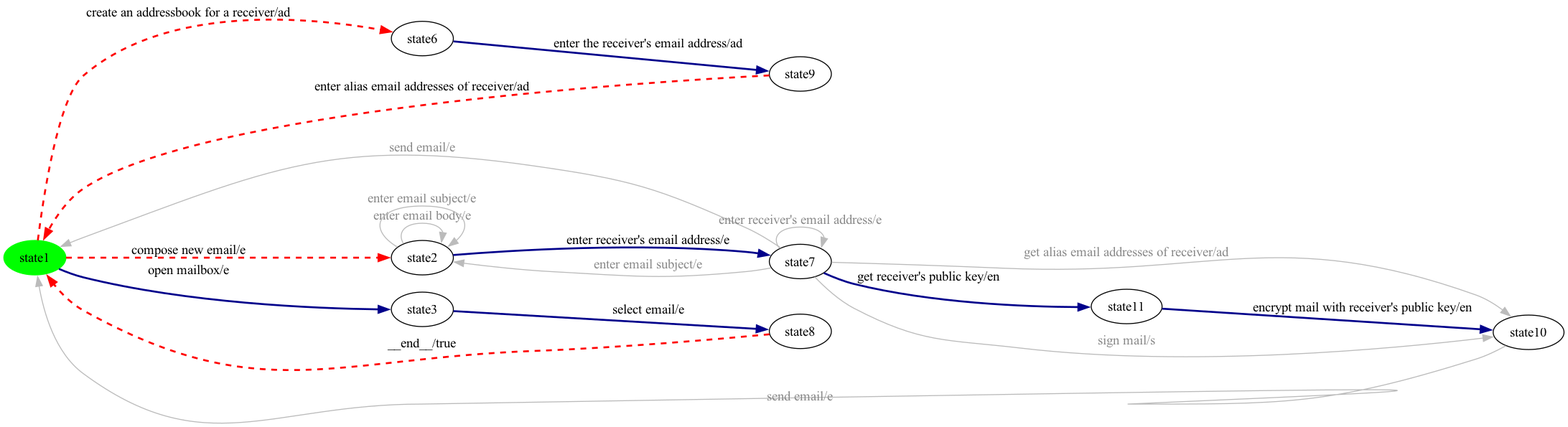
Before: milestone-reports/per-product-all-states/eMail/eMail-product21-walk.png, a diagram exported from Graphviz (dilekozturk93/vibes). Its source is kept beside it as milestone-reports/per-product-all-states/eMail/eMail-product21-walk.dot. The source it was exported from:
```dot
digraph G {
rankdir=LR;
state0[ label = "state1", style=filled, color=green ];
state1 [ label = "state9" ];
state2 [ label = "state6" ];
state3 [ label = "state11" ];
state4 [ label = "state8" ];
state5 [ label = "state7" ];
state6 [ label = "state10" ];
state7 [ label = "state2" ];
state8 [ label = "state3" ];
state5 -> state0 [ label=" send email/e ", color="#bbbbbb", fontcolor="#888888" ];
state5 -> state3 [ label=" get receiver's public key/en ", style=bold, color=darkblue, penwidth=2 ];
state1 -> state0 [ label=" enter alias email addresses of receiver/ad ", style=dashed, color=red, penwidth=2 ];
state3 -> state6 [ label=" encrypt mail with receiver's public key/en ", style=bold, color=darkblue, penwidth=2 ];
state8 -> state4 [ label=" select email/e ", style=bold, color=darkblue, penwidth=2 ];
state5 -> state6 [ label=" sign mail/s ", color="#bbbbbb", fontcolor="#888888" ];
state7 -> state5 [ label=" enter receiver's email address/e ", style=bold, color=darkblue, penwidth=2 ];
state5 -> state7 [ label=" enter email subject/e ", color="#bbbbbb", fontcolor="#888888" ];
state4 -> state0 [ label=" __end__/true ", style=dashed, color=red, penwidth=2 ];
state0 -> state8 [ label=" open mailbox/e ", style=bold, color=darkblue, penwidth=2 ];
state0 -> state2 [ label=" create an addressbook for a receiver/ad ", style=dashed, color=red, penwidth=2 ];
state0 -> state7 [ label=" compose new email/e ", style=dashed, color=red, penwidth=2 ];
state7 -> state7 [ label=" enter email body/e ", color="#bbbbbb", fontcolor="#888888" ];
state7 -> state7 [ label=" enter email subject/e ", color="#bbbbbb", fontcolor="#888888" ];
state6 -> state0 [ label=" send email/e ", color="#bbbbbb", fontcolor="#888888" ];
state2 -> state1 [ label=" enter the receiver's email address/ad ", style=bold, color=darkblue, penwidth=2 ];
state5 -> state5 [ label=" enter receiver's email address/e ", color="#bbbbbb", fontcolor="#888888" ];
state5 -> state6 [ label=" get alias email addresses of receiver/ad ", color="#bbbbbb", fontcolor="#888888" ];
}
```
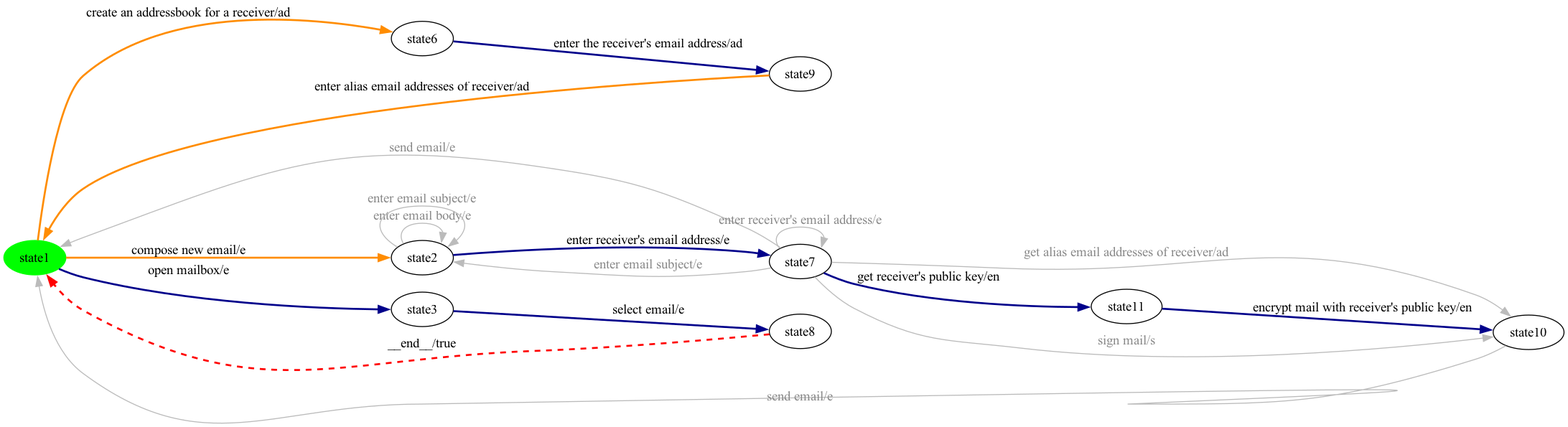
The same diagram one commit later.

The edit, as a diff of the source:
```diff
@@ -11,7 +11,7 @@
 state8 [ label = "state3" ];
 state5 -> state0 [ label=" send email/e ", color="#bbbbbb", fontcolor="#888888" ];
 state5 -> state3 [ label=" get receiver's public key/en ", style=bold, color=darkblue, penwidth=2 ];
-state1 -> state0 [ label=" enter alias email addresses of receiver/ad ", style=dashed, color=red, penwidth=2 ];
+state1 -> state0 [ label=" enter alias email addresses of receiver/ad ", style=bold, color=darkorange, penwidth=2 ];
 state3 -> state6 [ label=" encrypt mail with receiver's public key/en ", style=bold, color=darkblue, penwidth=2 ];
 state8 -> state4 [ label=" select email/e ", style=bold, color=darkblue, penwidth=2 ];
 state5 -> state6 [ label=" sign mail/s ", color="#bbbbbb", fontcolor="#888888" ];
@@ -19,8 +19,8 @@
 state5 -> state7 [ label=" enter email subject/e ", color="#bbbbbb", fontcolor="#888888" ];
 state4 -> state0 [ label=" __end__/true ", style=dashed, color=red, penwidth=2 ];
 state0 -> state8 [ label=" open mailbox/e ", style=bold, color=darkblue, penwidth=2 ];
-state0 -> state2 [ label=" create an addressbook for a receiver/ad ", style=dashed, color=red, penwidth=2 ];
-state0 -> state7 [ label=" compose new email/e ", style=dashed, color=red, penwidth=2 ];
+state0 -> state2 [ label=" create an addressbook for a receiver/ad ", style=bold, color=darkorange, penwidth=2 ];
+state0 -> state7 [ label=" compose new email/e ", style=bold, color=darkorange, penwidth=2 ];
 state7 -> state7 [ label=" enter email body/e ", color="#bbbbbb", fontcolor="#888888" ];
 state7 -> state7 [ label=" enter email subject/e ", color="#bbbbbb", fontcolor="#888888" ];
 state6 -> state0 [ label=" send email/e ", color="#bbbbbb", fontcolor="#888888" ];
```
